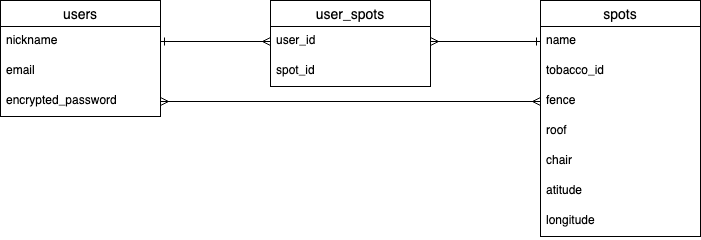
Above: smoking_area.drawio.png in Inoue0422/smoking_area (draw.io), before the change. Source tidied: cells renumbered, new cells last; positions are measured from the earlier drawing's top-left corner, leaving out a move shared by most shapes.
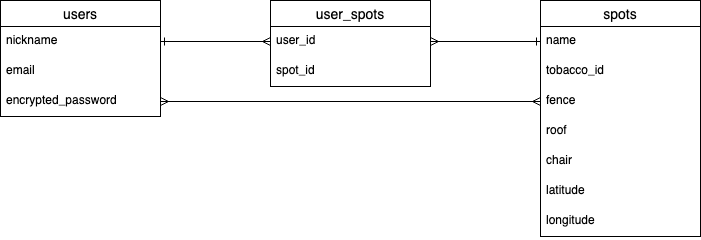
The same diagram one commit later.

What changed in the source:
```diff
@@ -32,7 +32,7 @@
     <mxCell id="11" value="chair" style="text;strokeColor=none;fillColor=none;spacingLeft=4;spacingRight=4;overflow=hidden;fontSize=12;" parent="6" vertex="1">
       <mxGeometry y="146" width="160" height="30" as="geometry" />
     </mxCell>
-    <mxCell id="12" value="atitude" style="text;strokeColor=none;fillColor=none;spacingLeft=4;spacingRight=4;overflow=hidden;fontSize=12;" parent="6" vertex="1">
+    <mxCell id="12" value="latitude" style="text;strokeColor=none;fillColor=none;spacingLeft=4;spacingRight=4;overflow=hidden;fontSize=12;" parent="6" vertex="1">
       <mxGeometry y="176" width="160" height="30" as="geometry" />
     </mxCell>
     <mxCell id="13" value="longitude" style="text;strokeColor=none;fillColor=none;spacingLeft=4;spacingRight=4;overflow=hidden;fontSize=12;" parent="6" vertex="1">
```
